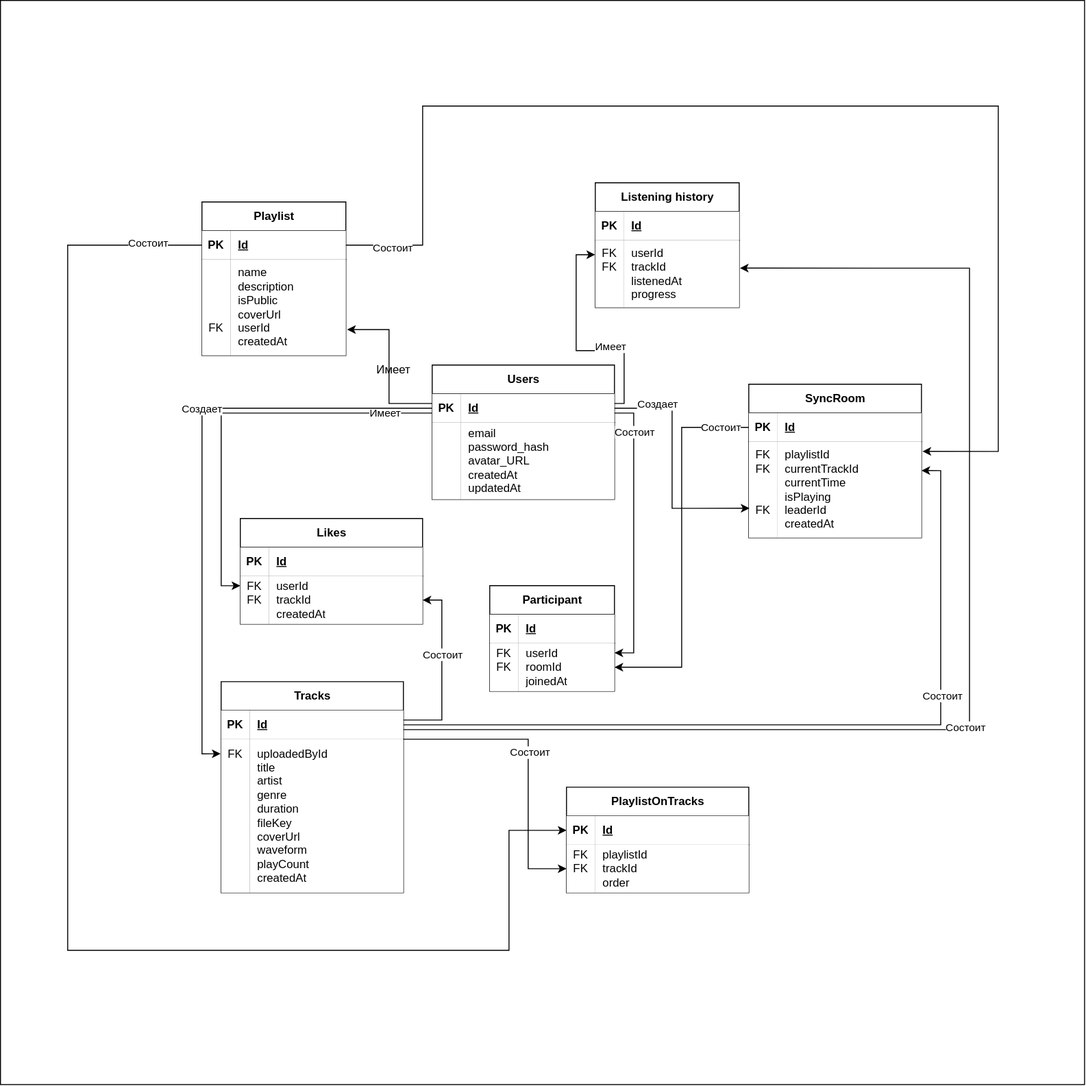
The draw.io diagram ER-диаграмма.drawio.svg in Sike999/Final-project, before a commit. Source tidied: cells renumbered, new cells last; positions are measured from the earlier drawing's top-left corner, leaving out a move shared by most shapes.
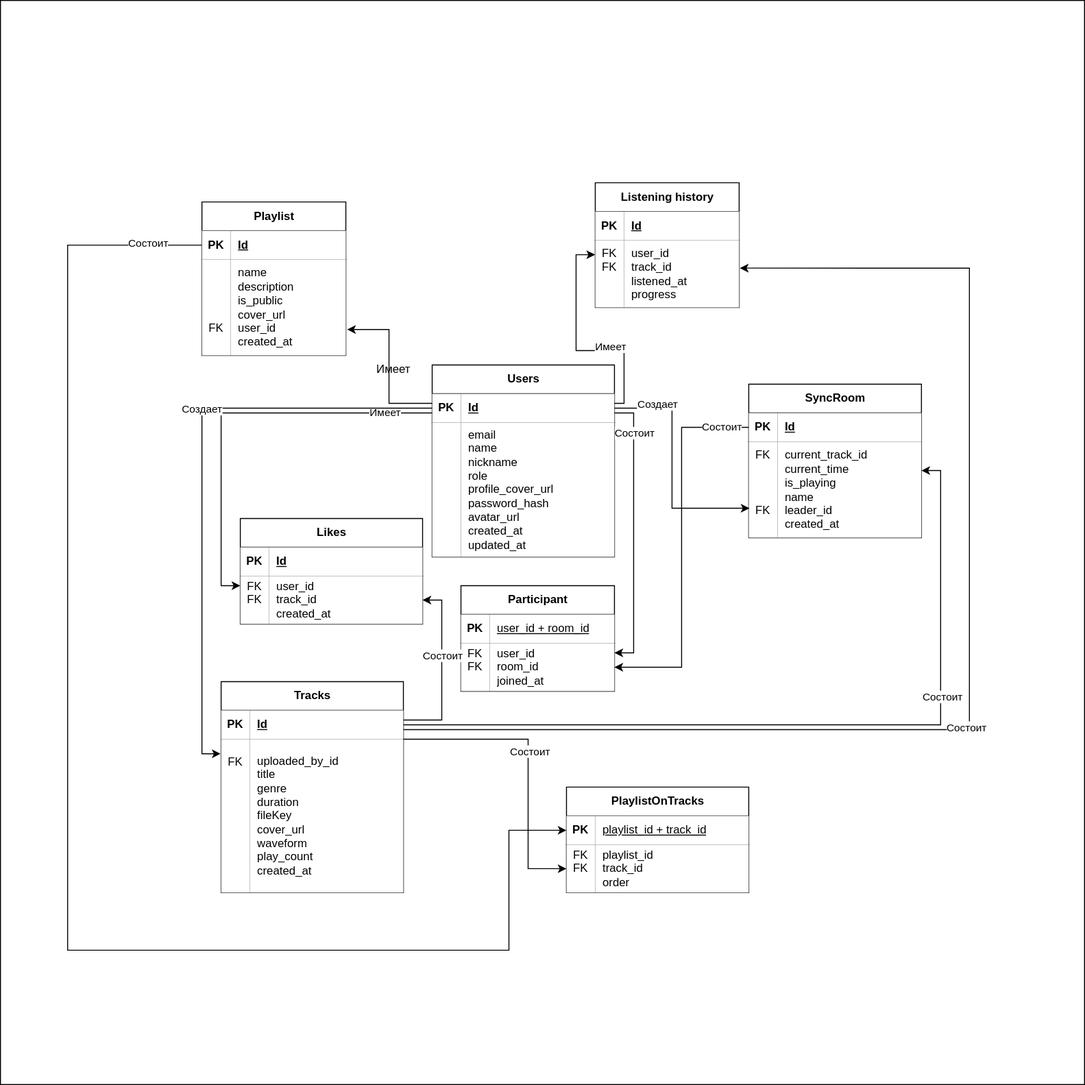
After the change.

What changed in the source:
```diff
@@ -6,7 +6,7 @@
       <mxGeometry width="1130" height="1130" as="geometry" />
     </mxCell>
     <mxCell id="3" value="Users" style="shape=table;startSize=30;rowLines=0;fontStyle=1;align=center;html=1;" parent="1" vertex="1">
-      <mxGeometry x="450" y="380" width="190" height="140" as="geometry" />
+      <mxGeometry x="450" y="380" width="190" height="200" as="geometry" />
     </mxCell>
     <mxCell id="4" style="shape=tableRow;horizontal=0;startSize=0;swimlaneHead=0;swimlaneBody=0;fillColor=none;points=[[0,0.5],[1,0.5]];portConstraint=eastwest;top=0;left=0;right=0;bottom=1;" parent="3" vertex="1">
       <mxGeometry y="30" width="190" height="30" as="geometry" />
@@ -18,13 +18,13 @@
       <mxGeometry x="30" width="160" height="30" as="geometry" />
     </mxCell>
     <mxCell id="7" style="shape=tableRow;horizontal=0;startSize=0;swimlaneHead=0;swimlaneBody=0;fillColor=none;top=0;left=0;right=0;bottom=0;" parent="3" vertex="1">
-      <mxGeometry y="60" width="190" height="80" as="geometry" />
+      <mxGeometry y="60" width="190" height="140" as="geometry" />
     </mxCell>
     <mxCell id="8" style="shape=partialRectangle;fillColor=default;top=0;left=0;bottom=0;right=0;overflow=hidden;whiteSpace=wrap;html=1;" parent="7" vertex="1">
-      <mxGeometry width="30" height="80" as="geometry" />
+      <mxGeometry width="30" height="140" as="geometry" />
     </mxCell>
-    <mxCell id="9" value="&lt;div&gt;email&lt;/div&gt;password_hash&lt;div&gt;avatar_URL&lt;/div&gt;&lt;div&gt;createdAt&lt;div&gt;updatedAt&lt;/div&gt;&lt;/div&gt;" style="shape=partialRectangle;fillColor=default;top=0;left=0;bottom=0;right=0;align=left;spacingLeft=6;overflow=hidden;whiteSpace=wrap;html=1;" parent="7" vertex="1">
-      <mxGeometry x="30" width="160" height="80" as="geometry" />
+    <mxCell id="9" value="&lt;div&gt;email&lt;/div&gt;&lt;div&gt;name&lt;/div&gt;&lt;div&gt;nickname&lt;/div&gt;&lt;div&gt;role&lt;/div&gt;&lt;div&gt;profile_cover_url&lt;/div&gt;password_hash&lt;div&gt;avatar_url&lt;/div&gt;&lt;div&gt;created_at&lt;div&gt;updated_at&lt;/div&gt;&lt;/div&gt;" style="shape=partialRectangle;fillColor=default;top=0;left=0;bottom=0;right=0;align=left;spacingLeft=6;overflow=hidden;whiteSpace=wrap;html=1;" parent="7" vertex="1">
+      <mxGeometry x="30" width="160" height="140" as="geometry" />
     </mxCell>
     <mxCell id="10" style="shape=partialRectangle;fillColor=none;top=0;left=0;bottom=0;right=0;overflow=hidden;whiteSpace=wrap;html=1;" parent="1" vertex="1">
       <mxGeometry x="840" y="520" width="30" height="30" as="geometry" />
@@ -47,7 +47,7 @@
     <mxCell id="16" value="&lt;div&gt;&lt;br&gt;&lt;/div&gt;&lt;div&gt;&lt;br&gt;&lt;/div&gt;&lt;div&gt;&lt;br&gt;&lt;/div&gt;&lt;div&gt;&lt;br&gt;&lt;/div&gt;&lt;div&gt;FK&lt;/div&gt;&lt;div&gt;&lt;br&gt;&lt;/div&gt;" style="shape=partialRectangle;fillColor=default;top=0;left=0;bottom=0;right=0;overflow=hidden;whiteSpace=wrap;html=1;" parent="15" vertex="1">
       <mxGeometry width="30" height="100" as="geometry" />
     </mxCell>
-    <mxCell id="17" value="&lt;div&gt;name&lt;/div&gt;description&lt;br&gt;&lt;div&gt;isPublic&lt;/div&gt;&lt;div&gt;coverUrl&lt;/div&gt;&lt;div&gt;userId&lt;/div&gt;&lt;div&gt;createdAt&lt;/div&gt;" style="shape=partialRectangle;fillColor=default;top=0;left=0;bottom=0;right=0;align=left;spacingLeft=6;overflow=hidden;whiteSpace=wrap;html=1;" parent="15" vertex="1">
+    <mxCell id="17" value="&lt;div&gt;name&lt;/div&gt;description&lt;br&gt;&lt;div&gt;is_public&lt;/div&gt;&lt;div&gt;cover_url&lt;/div&gt;&lt;div&gt;user_id&lt;/div&gt;&lt;div&gt;created_at&lt;/div&gt;" style="shape=partialRectangle;fillColor=default;top=0;left=0;bottom=0;right=0;align=left;spacingLeft=6;overflow=hidden;whiteSpace=wrap;html=1;" parent="15" vertex="1">
       <mxGeometry x="30" width="120" height="100" as="geometry" />
     </mxCell>
     <mxCell id="18" value="Likes" style="shape=table;startSize=30;rowLines=0;fontStyle=1;align=center;html=1;" parent="1" vertex="1">
@@ -68,7 +68,7 @@
     <mxCell id="23" value="FK&lt;div&gt;FK&lt;/div&gt;&lt;div&gt;&lt;br&gt;&lt;/div&gt;" style="shape=partialRectangle;fillColor=default;top=0;left=0;bottom=0;right=0;overflow=hidden;whiteSpace=wrap;html=1;" parent="22" vertex="1">
       <mxGeometry width="30" height="50" as="geometry" />
     </mxCell>
-    <mxCell id="24" value="&lt;div&gt;userId&lt;/div&gt;&lt;div&gt;trackId&lt;/div&gt;&lt;div&gt;&lt;span style=&quot;background-color: transparent; color: light-dark(rgb(0, 0, 0), rgb(255, 255, 255));&quot;&gt;createdAt&lt;/span&gt;&lt;/div&gt;" style="shape=partialRectangle;fillColor=default;top=0;left=0;bottom=0;right=0;align=left;spacingLeft=6;overflow=hidden;whiteSpace=wrap;html=1;" parent="22" vertex="1">
+    <mxCell id="24" value="&lt;div&gt;user_id&lt;/div&gt;&lt;div&gt;track_id&lt;/div&gt;&lt;div&gt;&lt;span style=&quot;background-color: transparent; color: light-dark(rgb(0, 0, 0), rgb(255, 255, 255));&quot;&gt;created_at&lt;/span&gt;&lt;/div&gt;" style="shape=partialRectangle;fillColor=default;top=0;left=0;bottom=0;right=0;align=left;spacingLeft=6;overflow=hidden;whiteSpace=wrap;html=1;" parent="22" vertex="1">
       <mxGeometry x="30" width="160" height="50" as="geometry" />
     </mxCell>
     <mxCell id="25" value="Traсks" style="shape=table;startSize=30;rowLines=0;fontStyle=1;align=center;html=1;" parent="1" vertex="1">
@@ -86,10 +86,10 @@
     <mxCell id="29" style="shape=tableRow;horizontal=0;startSize=0;swimlaneHead=0;swimlaneBody=0;fillColor=none;points=[[0,0.5],[1,0.5]];portConstraint=eastwest;top=0;left=0;right=0;bottom=0;" parent="25" vertex="1">
       <mxGeometry y="60" width="190" height="160" as="geometry" />
     </mxCell>
-    <mxCell id="30" value="FK&lt;div&gt;&lt;br&gt;&lt;/div&gt;&lt;div&gt;&lt;br&gt;&lt;/div&gt;&lt;div&gt;&lt;br&gt;&lt;/div&gt;&lt;div&gt;&lt;br&gt;&lt;/div&gt;&lt;div&gt;&lt;br&gt;&lt;/div&gt;&lt;div&gt;&lt;br&gt;&lt;/div&gt;&lt;div&gt;&lt;br&gt;&lt;/div&gt;&lt;div&gt;&lt;br&gt;&lt;/div&gt;&lt;div&gt;&lt;br&gt;&lt;/div&gt;" style="shape=partialRectangle;fillColor=default;top=0;left=0;bottom=0;right=0;overflow=hidden;whiteSpace=wrap;html=1;" parent="29" vertex="1">
+    <mxCell id="30" value="&lt;div&gt;&lt;br&gt;&lt;/div&gt;FK&lt;div&gt;&lt;br&gt;&lt;/div&gt;&lt;div&gt;&lt;br&gt;&lt;/div&gt;&lt;div&gt;&lt;br&gt;&lt;/div&gt;&lt;div&gt;&lt;br&gt;&lt;/div&gt;&lt;div&gt;&lt;br&gt;&lt;/div&gt;&lt;div&gt;&lt;br&gt;&lt;/div&gt;&lt;div&gt;&lt;br&gt;&lt;/div&gt;&lt;div&gt;&lt;br&gt;&lt;/div&gt;&lt;div&gt;&lt;br&gt;&lt;/div&gt;" style="shape=partialRectangle;fillColor=default;top=0;left=0;bottom=0;right=0;overflow=hidden;whiteSpace=wrap;html=1;" parent="29" vertex="1">
       <mxGeometry width="30" height="160" as="geometry" />
     </mxCell>
-    <mxCell id="31" value="&lt;div&gt;uploadedById&lt;/div&gt;title&lt;br&gt;&lt;div&gt;artist&lt;/div&gt;&lt;div&gt;genre&lt;/div&gt;&lt;div&gt;duration&lt;/div&gt;&lt;div&gt;fileKey&lt;/div&gt;&lt;div&gt;coverUrl&lt;/div&gt;&lt;div&gt;waveform&lt;/div&gt;&lt;div&gt;playCount&lt;/div&gt;&lt;div&gt;createdAt&lt;/div&gt;" style="shape=partialRectangle;fillColor=default;top=0;left=0;bottom=0;right=0;align=left;spacingLeft=6;overflow=hidden;whiteSpace=wrap;html=1;" parent="29" vertex="1">
+    <mxCell id="31" value="&lt;div&gt;uploaded_by_id&lt;/div&gt;title&lt;div&gt;genre&lt;/div&gt;&lt;div&gt;duration&lt;/div&gt;&lt;div&gt;fileKey&lt;/div&gt;&lt;div&gt;cover_url&lt;/div&gt;&lt;div&gt;waveform&lt;/div&gt;&lt;div&gt;play_count&lt;/div&gt;&lt;div&gt;created_at&lt;/div&gt;" style="shape=partialRectangle;fillColor=default;top=0;left=0;bottom=0;right=0;align=left;spacingLeft=6;overflow=hidden;whiteSpace=wrap;html=1;" parent="29" vertex="1">
       <mxGeometry x="30" width="160" height="160" as="geometry" />
     </mxCell>
     <mxCell id="32" value="PlaylistOnTracks" style="shape=table;startSize=30;rowLines=0;fontStyle=1;align=center;html=1;" parent="1" vertex="1">
@@ -101,7 +101,7 @@
     <mxCell id="34" value="PK" style="shape=partialRectangle;fillColor=default;top=0;left=0;bottom=0;right=0;fontStyle=1;overflow=hidden;whiteSpace=wrap;html=1;" parent="33" vertex="1">
       <mxGeometry width="30" height="30" as="geometry" />
     </mxCell>
-    <mxCell id="35" value="Id" style="shape=partialRectangle;fillColor=default;top=0;left=0;bottom=0;right=0;align=left;spacingLeft=6;fontStyle=5;overflow=hidden;whiteSpace=wrap;html=1;" parent="33" vertex="1">
+    <mxCell id="35" value="&lt;div style=&quot;font-weight: 400;&quot;&gt;playlist_id +&amp;nbsp;&lt;span style=&quot;background-color: transparent; color: light-dark(rgb(0, 0, 0), rgb(255, 255, 255));&quot;&gt;track_id&lt;/span&gt;&lt;/div&gt;" style="shape=partialRectangle;fillColor=default;top=0;left=0;bottom=0;right=0;align=left;spacingLeft=6;fontStyle=5;overflow=hidden;whiteSpace=wrap;html=1;" parent="33" vertex="1">
       <mxGeometry x="30" width="160" height="30" as="geometry" />
     </mxCell>
     <mxCell id="36" style="shape=tableRow;horizontal=0;startSize=0;swimlaneHead=0;swimlaneBody=0;fillColor=none;points=[[0,0.5],[1,0.5]];portConstraint=eastwest;top=0;left=0;right=0;bottom=0;" parent="32" vertex="1">
@@ -110,29 +110,29 @@
     <mxCell id="37" value="FK&lt;div&gt;FK&lt;/div&gt;&lt;div&gt;&lt;br&gt;&lt;/div&gt;" style="shape=partialRectangle;fillColor=default;top=0;left=0;bottom=0;right=0;overflow=hidden;whiteSpace=wrap;html=1;" parent="36" vertex="1">
       <mxGeometry width="30" height="50" as="geometry" />
     </mxCell>
-    <mxCell id="38" value="&lt;div&gt;playlistId&lt;/div&gt;&lt;div&gt;trackId&lt;/div&gt;&lt;div&gt;order&lt;/div&gt;" style="shape=partialRectangle;fillColor=default;top=0;left=0;bottom=0;right=0;align=left;spacingLeft=6;overflow=hidden;whiteSpace=wrap;html=1;" parent="36" vertex="1">
+    <mxCell id="38" value="&lt;div&gt;playlist_id&lt;/div&gt;&lt;div&gt;track_id&lt;/div&gt;&lt;div&gt;order&lt;/div&gt;" style="shape=partialRectangle;fillColor=default;top=0;left=0;bottom=0;right=0;align=left;spacingLeft=6;overflow=hidden;whiteSpace=wrap;html=1;" parent="36" vertex="1">
       <mxGeometry x="30" width="160" height="50" as="geometry" />
     </mxCell>
     <mxCell id="39" value="Participant" style="shape=table;startSize=30;rowLines=0;fontStyle=1;align=center;html=1;" parent="1" vertex="1">
-      <mxGeometry x="510" y="610" width="130" height="110" as="geometry" />
+      <mxGeometry x="480" y="610" width="160" height="110" as="geometry" />
     </mxCell>
     <mxCell id="40" style="shape=tableRow;horizontal=0;startSize=0;swimlaneHead=0;swimlaneBody=0;fillColor=none;top=0;left=0;right=0;bottom=1;" parent="39" vertex="1">
-      <mxGeometry y="30" width="130" height="30" as="geometry" />
+      <mxGeometry y="30" width="160" height="30" as="geometry" />
     </mxCell>
     <mxCell id="41" value="PK" style="shape=partialRectangle;fillColor=default;top=0;left=0;bottom=0;right=0;fontStyle=1;overflow=hidden;whiteSpace=wrap;html=1;" parent="40" vertex="1">
       <mxGeometry width="30" height="30" as="geometry" />
     </mxCell>
-    <mxCell id="42" value="Id" style="shape=partialRectangle;fillColor=default;top=0;left=0;bottom=0;right=0;align=left;spacingLeft=6;fontStyle=5;overflow=hidden;whiteSpace=wrap;html=1;" parent="40" vertex="1">
-      <mxGeometry x="30" width="100" height="30" as="geometry" />
+    <mxCell id="42" value="&lt;div style=&quot;font-weight: 400;&quot;&gt;user_id +&amp;nbsp;&lt;span style=&quot;background-color: transparent; color: light-dark(rgb(0, 0, 0), rgb(255, 255, 255));&quot;&gt;room_id&lt;/span&gt;&lt;/div&gt;" style="shape=partialRectangle;fillColor=default;top=0;left=0;bottom=0;right=0;align=left;spacingLeft=6;fontStyle=5;overflow=hidden;whiteSpace=wrap;html=1;" parent="40" vertex="1">
+      <mxGeometry x="30" width="130" height="30" as="geometry" />
     </mxCell>
     <mxCell id="43" style="shape=tableRow;horizontal=0;startSize=0;swimlaneHead=0;swimlaneBody=0;fillColor=none;points=[[0,0.5],[1,0.5]];portConstraint=eastwest;top=0;left=0;right=0;bottom=0;" parent="39" vertex="1">
-      <mxGeometry y="60" width="130" height="50" as="geometry" />
+      <mxGeometry y="60" width="160" height="50" as="geometry" />
     </mxCell>
     <mxCell id="44" value="FK&lt;div&gt;FK&lt;/div&gt;&lt;div&gt;&lt;br&gt;&lt;/div&gt;" style="shape=partialRectangle;fillColor=default;top=0;left=0;bottom=0;right=0;overflow=hidden;whiteSpace=wrap;html=1;" parent="43" vertex="1">
       <mxGeometry width="30" height="50" as="geometry" />
     </mxCell>
-    <mxCell id="45" value="&lt;div&gt;userId&lt;/div&gt;&lt;div&gt;roomId&lt;/div&gt;&lt;div&gt;joinedAt&lt;/div&gt;" style="shape=partialRectangle;fillColor=default;top=0;left=0;bottom=0;right=0;align=left;spacingLeft=6;overflow=hidden;whiteSpace=wrap;html=1;" parent="43" vertex="1">
-      <mxGeometry x="30" width="100" height="50" as="geometry" />
+    <mxCell id="45" value="&lt;div&gt;user_id&lt;/div&gt;&lt;div&gt;room_id&lt;/div&gt;&lt;div&gt;joined_at&lt;/div&gt;" style="shape=partialRectangle;fillColor=default;top=0;left=0;bottom=0;right=0;align=left;spacingLeft=6;overflow=hidden;whiteSpace=wrap;html=1;" parent="43" vertex="1">
+      <mxGeometry x="30" width="130" height="50" as="geometry" />
     </mxCell>
     <mxCell id="46" value="SyncRoom" style="shape=table;startSize=30;rowLines=0;fontStyle=1;align=center;html=1;" parent="1" vertex="1">
       <mxGeometry x="780" y="400" width="180" height="160" as="geometry" />
@@ -149,10 +149,10 @@
     <mxCell id="50" style="shape=tableRow;horizontal=0;startSize=0;swimlaneHead=0;swimlaneBody=0;fillColor=none;points=[[0,0.5],[1,0.5]];portConstraint=eastwest;top=0;left=0;right=0;bottom=0;" parent="46" vertex="1">
       <mxGeometry y="60" width="180" height="100" as="geometry" />
     </mxCell>
-    <mxCell id="51" value="FK&lt;div&gt;FK&lt;/div&gt;&lt;div&gt;&lt;br&gt;&lt;/div&gt;&lt;div&gt;&lt;br&gt;&lt;/div&gt;&lt;div&gt;FK&lt;/div&gt;&lt;div&gt;&lt;br&gt;&lt;/div&gt;" style="shape=partialRectangle;fillColor=default;top=0;left=0;bottom=0;right=0;overflow=hidden;whiteSpace=wrap;html=1;" parent="50" vertex="1">
+    <mxCell id="51" value="&lt;div&gt;FK&lt;/div&gt;&lt;div&gt;&lt;br&gt;&lt;/div&gt;&lt;div&gt;&lt;br&gt;&lt;/div&gt;&lt;div&gt;&lt;br&gt;&lt;/div&gt;&lt;div&gt;FK&lt;/div&gt;&lt;div&gt;&lt;br&gt;&lt;/div&gt;" style="shape=partialRectangle;fillColor=default;top=0;left=0;bottom=0;right=0;overflow=hidden;whiteSpace=wrap;html=1;" parent="50" vertex="1">
       <mxGeometry width="30" height="100" as="geometry" />
     </mxCell>
-    <mxCell id="52" value="&lt;div&gt;playlistId&lt;/div&gt;&lt;div&gt;currentTrackId&lt;/div&gt;&lt;div&gt;currentTime&lt;/div&gt;&lt;div&gt;isPlaying&lt;/div&gt;&lt;div&gt;leaderId&lt;/div&gt;&lt;div&gt;createdAt&lt;/div&gt;" style="shape=partialRectangle;fillColor=default;top=0;left=0;bottom=0;right=0;align=left;spacingLeft=6;overflow=hidden;whiteSpace=wrap;html=1;" parent="50" vertex="1">
+    <mxCell id="52" value="&lt;div&gt;&lt;span style=&quot;background-color: transparent; color: light-dark(rgb(0, 0, 0), rgb(255, 255, 255));&quot;&gt;current_track_id&lt;/span&gt;&lt;/div&gt;&lt;div&gt;current_time&lt;/div&gt;&lt;div&gt;is_playing&lt;/div&gt;&lt;div&gt;name&lt;/div&gt;&lt;div&gt;leader_id&lt;/div&gt;&lt;div&gt;created_at&lt;/div&gt;" style="shape=partialRectangle;fillColor=default;top=0;left=0;bottom=0;right=0;align=left;spacingLeft=6;overflow=hidden;whiteSpace=wrap;html=1;" parent="50" vertex="1">
       <mxGeometry x="30" width="150" height="100" as="geometry" />
     </mxCell>
     <mxCell id="53" value="Listening history" style="shape=table;startSize=30;rowLines=0;fontStyle=1;align=center;html=1;" parent="1" vertex="1">
@@ -173,7 +173,7 @@
     <mxCell id="58" value="FK&lt;div&gt;FK&lt;/div&gt;&lt;div&gt;&lt;br&gt;&lt;/div&gt;&lt;div&gt;&lt;br&gt;&lt;/div&gt;" style="shape=partialRectangle;fillColor=default;top=0;left=0;bottom=0;right=0;overflow=hidden;whiteSpace=wrap;html=1;" parent="57" vertex="1">
       <mxGeometry width="30" height="70" as="geometry" />
     </mxCell>
-    <mxCell id="59" value="&lt;div&gt;userId&lt;/div&gt;&lt;div&gt;trackId&lt;/div&gt;&lt;div&gt;listenedAt&lt;/div&gt;&lt;div&gt;progress&lt;/div&gt;" style="shape=partialRectangle;fillColor=default;top=0;left=0;bottom=0;right=0;align=left;spacingLeft=6;overflow=hidden;whiteSpace=wrap;html=1;" parent="57" vertex="1">
+    <mxCell id="59" value="&lt;div&gt;user_id&lt;/div&gt;&lt;div&gt;track_id&lt;/div&gt;&lt;div&gt;listened_at&lt;/div&gt;&lt;div&gt;progress&lt;/div&gt;" style="shape=partialRectangle;fillColor=default;top=0;left=0;bottom=0;right=0;align=left;spacingLeft=6;overflow=hidden;whiteSpace=wrap;html=1;" parent="57" vertex="1">
       <mxGeometry x="30" width="120" height="70" as="geometry" />
     </mxCell>
     <mxCell id="60" style="edgeStyle=orthogonalEdgeStyle;rounded=0;jettySize=auto;html=1;entryX=1;entryY=0.2;entryDx=0;entryDy=0;entryPerimeter=0;" parent="1" edge="1" source="4" target="43">
@@ -285,19 +285,6 @@
     <mxCell id="78" value="Состоит" style="edgeLabel;html=1;align=center;verticalAlign=middle;" parent="77" vertex="1">
       <mxGeometry x="0.17" relative="1" as="geometry" />
     </mxCell>
-    <mxCell id="79" style="edgeStyle=orthogonalEdgeStyle;rounded=0;jettySize=auto;html=1;entryX=1.006;entryY=0.1;entryDx=0;entryDy=0;entryPerimeter=0;" parent="1" edge="1" source="12" target="50">
-      <mxGeometry relative="1" as="geometry">
-        <Array as="points">
-          <mxPoint x="440" y="255" />
-          <mxPoint x="440" y="110" />
-          <mxPoint x="1040" y="110" />
-          <mxPoint x="1040" y="470" />
-        </Array>
-      </mxGeometry>
-    </mxCell>
-    <mxCell id="80" value="Состоит" style="edgeLabel;html=1;align=center;verticalAlign=middle;" parent="79" vertex="1">
-      <mxGeometry x="-0.92" y="-2" relative="1" as="geometry" />
-    </mxCell>
     <mxCell id="81" style="edgeStyle=orthogonalEdgeStyle;rounded=0;jettySize=auto;html=1;entryX=1;entryY=0.3;entryDx=0;entryDy=0;entryPerimeter=0;" parent="1" edge="1" source="26" target="50">
       <mxGeometry relative="1" as="geometry" />
     </mxCell>
```
